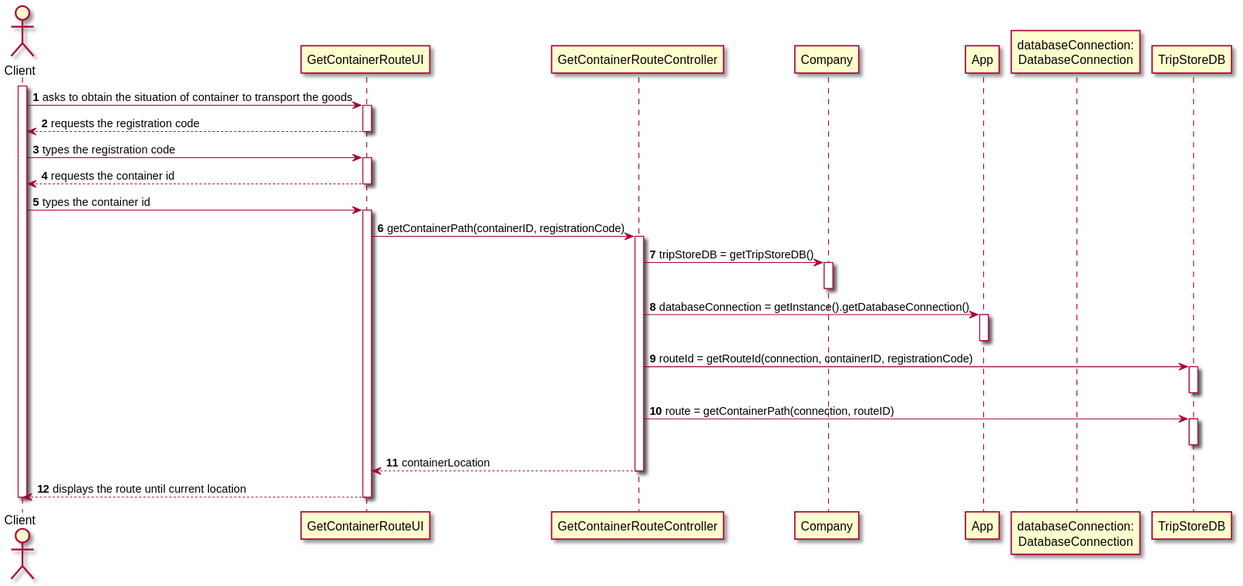
Above: docs/Sprint 3/US305/US305_SD.svg in ana-albergaria/LAPR3-ISEP (PlantUML), before the change.
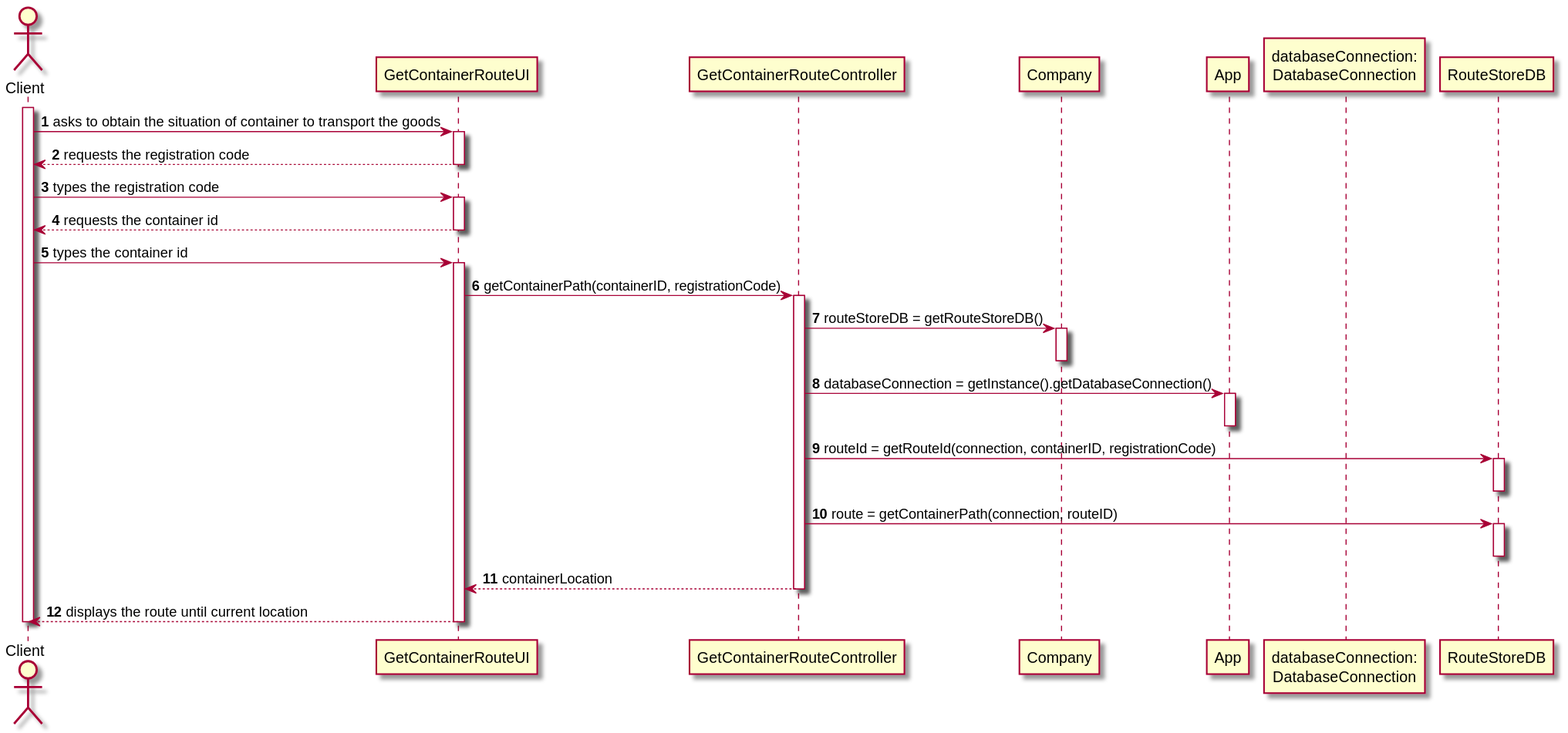
The same file after the commit.

Commit message:
G54-159 #time 1h 30 #comment US305 - Controller, RouteStoreDB Classes + Tests + updating main function sql

The edit, as a diff of the source:
```diff
@@ -9,7 +9,7 @@
 participant "App" as APP
 participant "databaseConnection:\nDatabaseConnection" as CONNECTION
 
-participant "TripStoreDB" as TRIP_STORE_DB
+participant "RouteStoreDB" as ROUTE_STORE_DB
 
 
 
@@ -26,18 +26,18 @@
 activate UI
 UI -> CTRL : getContainerPath(containerID, registrationCode)
 activate CTRL
-CTRL -> COMPANY : tripStoreDB = getTripStoreDB()
+CTRL -> COMPANY : routeStoreDB = getRouteStoreDB()
 activate COMPANY
 deactivate COMPANY
 CTRL -> APP : databaseConnection = getInstance().getDatabaseConnection()
 activate APP
 deactivate APP
-CTRL -> TRIP_STORE_DB : routeId = getRouteId(connection, containerID, registrationCode)
-activate TRIP_STORE_DB
-deactivate TRIP_STORE_DB
-CTRL -> TRIP_STORE_DB : route = getContainerPath(connection, routeID)
-activate TRIP_STORE_DB
-deactivate TRIP_STORE_DB
+CTRL -> ROUTE_STORE_DB : routeId = getRouteId(connection, containerID, registrationCode)
+activate ROUTE_STORE_DB
+deactivate ROUTE_STORE_DB
+CTRL -> ROUTE_STORE_DB : route = getContainerPath(connection, routeID)
+activate ROUTE_STORE_DB
+deactivate ROUTE_STORE_DB
 CTRL --> UI : containerLocation
 deactivate CTRL
 UI --> C : displays the route until current location
```
